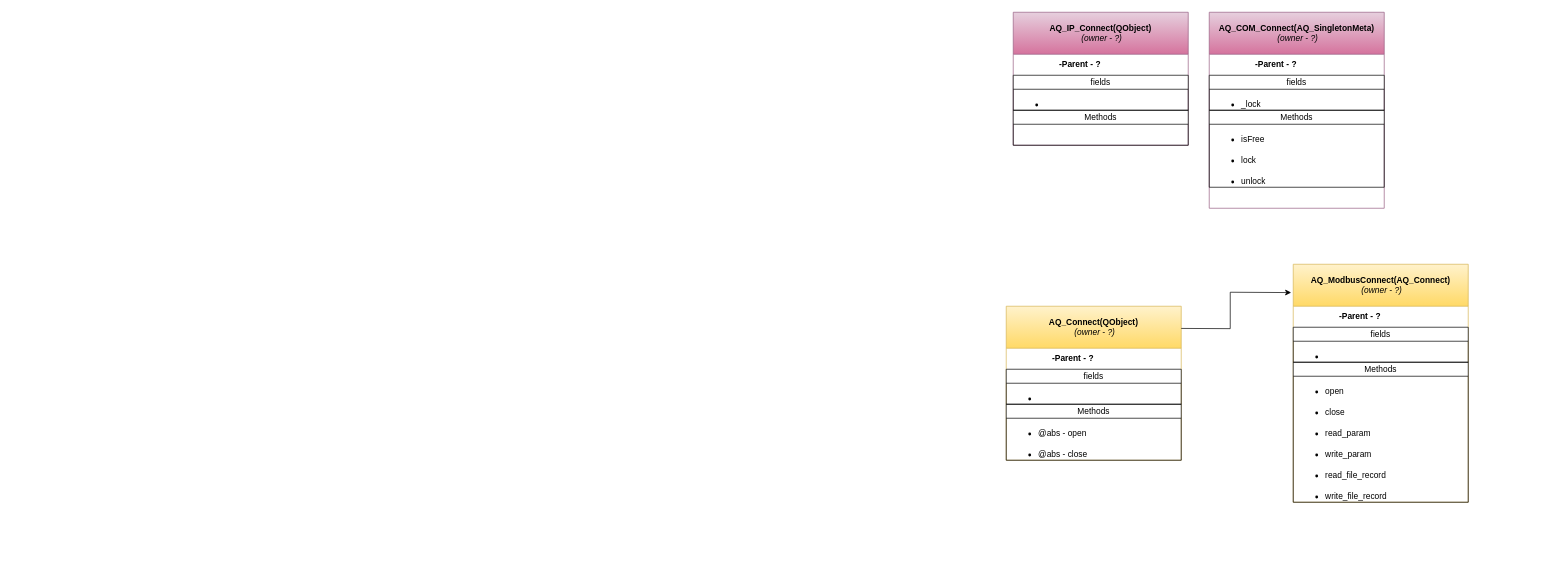
romangolovkou/AQteck_toolMAX keeps this draw.io diagram as page "Connects" (3 of 8) of arch.drawio. Above is the earlier version. Source tidied: cells renumbered, new cells numbered last; positions are measured from the earlier drawing's top-left corner, leaving out a move shared by most shapes. Both pictures are drawn from the tidied source at 70%, with x=0, y=0 at pixel (1006, 12).
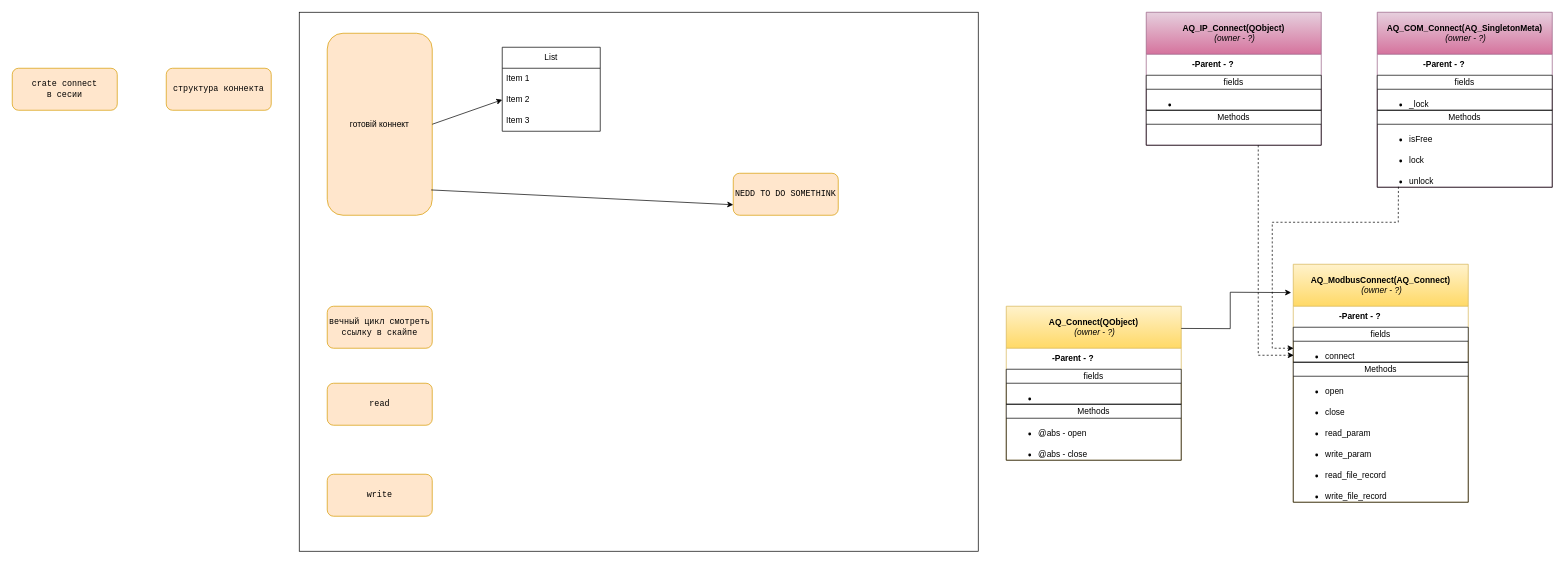
The same page after the edit.

Unchanged cells that the change refers to:
```xml
<mxCell id="18" value="fields" style="swimlane;fontStyle=0;horizontal=1;startSize=20;whiteSpace=wrap;html=1;" parent="9" vertex="1">
  <mxGeometry y="90" width="250" height="50" as="geometry" />
</mxCell>
<mxCell id="31" value="&lt;ul&gt;&lt;li&gt;unlock&lt;/li&gt;&lt;/ul&gt;" style="text;strokeColor=none;fillColor=none;align=left;verticalAlign=middle;spacingLeft=4;spacingRight=4;overflow=hidden;points=[[0,0.5],[1,0.5]];portConstraint=eastwest;whiteSpace=wrap;html=1;" parent="28" vertex="1">
  <mxGeometry y="80" width="250" height="30" as="geometry" />
</mxCell>
```

What changed in the source:
```diff
@@
+    <mxCell id="34" style="rounded=0;whiteSpace=wrap;html=1;fillColor=none;" parent="1" vertex="1">
+      <mxGeometry x="-1010" width="970" height="770" as="geometry" />
+    </mxCell>
@@
-    <mxCell id="19" value="&lt;ul style=&quot;border-color: var(--border-color);&quot;&gt;&lt;li style=&quot;border-color: var(--border-color);&quot;&gt;&lt;br&gt;&lt;/li&gt;&lt;/ul&gt;" style="text;strokeColor=none;fillColor=none;align=left;verticalAlign=middle;spacingLeft=4;spacingRight=4;overflow=hidden;points=[[0,0.5],[1,0.5]];portConstraint=eastwest;whiteSpace=wrap;html=1;" parent="18" vertex="1">
+    <mxCell id="19" value="&lt;ul style=&quot;border-color: var(--border-color);&quot;&gt;&lt;li style=&quot;border-color: var(--border-color);&quot;&gt;connect&lt;/li&gt;&lt;/ul&gt;" style="text;strokeColor=none;fillColor=none;align=left;verticalAlign=middle;spacingLeft=4;spacingRight=4;overflow=hidden;points=[[0,0.5],[1,0.5]];portConstraint=eastwest;whiteSpace=wrap;html=1;" parent="18" vertex="1">
       <mxGeometry y="20" width="250" height="30" as="geometry" />
     </mxCell>
@@
     <mxCell id="21" value="AQ_IP_Connect(QObject)&lt;br&gt;&lt;span style=&quot;font-weight: normal;&quot;&gt;&amp;nbsp;&lt;font style=&quot;&quot;&gt;&lt;i style=&quot;&quot;&gt;(owner - ?&lt;/i&gt;&lt;i style=&quot;&quot;&gt;)&lt;/i&gt;&lt;/font&gt;&lt;/span&gt;" style="swimlane;whiteSpace=wrap;html=1;startSize=60;fillColor=#e6d0de;strokeColor=#996185;gradientColor=#d5739d;" parent="1" vertex="1">
-      <mxGeometry x="10" width="250" height="190" as="geometry" />
+      <mxGeometry x="200" width="250" height="190" as="geometry" />
     </mxCell>
@@
     <mxCell id="26" value="AQ_COM_Connect(AQ_SingletonMeta&lt;span style=&quot;background-color: initial;&quot;&gt;)&lt;/span&gt;&lt;br&gt;&lt;span style=&quot;font-weight: normal;&quot;&gt;&amp;nbsp;&lt;font style=&quot;&quot;&gt;&lt;i style=&quot;&quot;&gt;(owner - ?&lt;/i&gt;&lt;i style=&quot;&quot;&gt;)&lt;/i&gt;&lt;/font&gt;&lt;/span&gt;" style="swimlane;whiteSpace=wrap;html=1;startSize=60;fillColor=#e6d0de;strokeColor=#996185;gradientColor=#d5739d;" parent="1" vertex="1">
-      <mxGeometry x="290" width="250" height="280" as="geometry" />
+      <mxGeometry x="530" width="250" height="250" as="geometry" />
     </mxCell>
@@
+    <mxCell id="35" style="endArrow=classic;html=1;rounded=0;entryX=0.002;entryY=0.332;entryDx=0;entryDy=0;exitX=0.121;exitY=0.976;exitDx=0;exitDy=0;exitPerimeter=0;dashed=1;entryPerimeter=0;" parent="1" edge="1" source="31" target="19">
+      <mxGeometry relative="1" as="geometry">
+        <Array as="points">
+          <mxPoint x="560" y="300" />
+          <mxPoint x="380" y="300" />
+          <mxPoint x="380" y="480" />
+        </Array>
+      </mxGeometry>
+    </mxCell>
+    <mxCell id="36" style="endArrow=classic;html=1;rounded=0;entryX=0.003;entryY=0.667;entryDx=0;entryDy=0;dashed=1;entryPerimeter=0;" parent="1" edge="1" target="19">
+      <mxGeometry relative="1" as="geometry">
+        <mxPoint x="360" y="190" as="sourcePoint" />
+        <Array as="points">
+          <mxPoint x="360" y="490" />
+        </Array>
+      </mxGeometry>
+    </mxCell>
+    <mxCell id="37" value="&lt;div style=&quot;font-family: &amp;quot;JetBrains Mono&amp;quot;, monospace;&quot;&gt;вечный цикл смотреть ссылку в скайпе&lt;/div&gt;" style="rounded=1;whiteSpace=wrap;html=1;strokeWidth=1;fillColor=#ffe6cc;strokeColor=#d79b00;" parent="1" vertex="1">
+      <mxGeometry x="-970" y="420" width="150" height="60" as="geometry" />
+    </mxCell>
+    <mxCell id="38" value="&lt;div style=&quot;font-family: &amp;quot;JetBrains Mono&amp;quot;, monospace;&quot;&gt;структура коннекта&lt;/div&gt;" style="rounded=1;whiteSpace=wrap;html=1;strokeWidth=1;fillColor=#ffe6cc;strokeColor=#d79b00;" parent="1" vertex="1">
+      <mxGeometry x="-1200" y="80" width="150" height="60" as="geometry" />
+    </mxCell>
+    <mxCell id="39" value="готовій коннект" style="rounded=1;whiteSpace=wrap;html=1;strokeWidth=1;fillColor=#ffe6cc;strokeColor=#d79b00;" parent="1" vertex="1">
+      <mxGeometry x="-970" y="30" width="150" height="260" as="geometry" />
+    </mxCell>
+    <mxCell id="40" value="&lt;div style=&quot;font-family: &amp;quot;JetBrains Mono&amp;quot;, monospace;&quot;&gt;crate connect&lt;br&gt;в сесии&lt;/div&gt;" style="rounded=1;whiteSpace=wrap;html=1;strokeWidth=1;fillColor=#ffe6cc;strokeColor=#d79b00;" parent="1" vertex="1">
+      <mxGeometry x="-1420" y="80" width="150" height="60" as="geometry" />
+    </mxCell>
+    <mxCell id="41" value="&lt;div style=&quot;font-family: &amp;quot;JetBrains Mono&amp;quot;, monospace;&quot;&gt;read&lt;/div&gt;" style="rounded=1;whiteSpace=wrap;html=1;strokeWidth=1;fillColor=#ffe6cc;strokeColor=#d79b00;" parent="1" vertex="1">
+      <mxGeometry x="-970" y="530" width="150" height="60" as="geometry" />
+    </mxCell>
+    <mxCell id="42" value="&lt;div style=&quot;font-family: &amp;quot;JetBrains Mono&amp;quot;, monospace;&quot;&gt;write&lt;/div&gt;" style="rounded=1;whiteSpace=wrap;html=1;strokeWidth=1;fillColor=#ffe6cc;strokeColor=#d79b00;" parent="1" vertex="1">
+      <mxGeometry x="-970" y="660" width="150" height="60" as="geometry" />
+    </mxCell>
+    <mxCell id="43" value="List" style="swimlane;fontStyle=0;horizontal=1;startSize=30;whiteSpace=wrap;html=1;" parent="1" vertex="1">
+      <mxGeometry x="-720" y="50" width="140" height="120" as="geometry" />
+    </mxCell>
+    <mxCell id="44" value="Item 1" style="text;strokeColor=none;fillColor=none;align=left;verticalAlign=middle;spacingLeft=4;spacingRight=4;overflow=hidden;whiteSpace=wrap;html=1;" parent="43" vertex="1">
+      <mxGeometry y="30" width="140" height="30" as="geometry" />
+    </mxCell>
+    <mxCell id="45" value="Item 2" style="text;strokeColor=none;fillColor=none;align=left;verticalAlign=middle;spacingLeft=4;spacingRight=4;overflow=hidden;points=[[0,0.5],[1,0.5]];portConstraint=eastwest;whiteSpace=wrap;html=1;" parent="43" vertex="1">
+      <mxGeometry y="60" width="140" height="30" as="geometry" />
+    </mxCell>
+    <mxCell id="46" value="Item 3" style="text;strokeColor=none;fillColor=none;align=left;verticalAlign=middle;spacingLeft=4;spacingRight=4;overflow=hidden;whiteSpace=wrap;html=1;" parent="43" vertex="1">
+      <mxGeometry y="90" width="140" height="30" as="geometry" />
+    </mxCell>
+    <mxCell id="47" style="endArrow=classic;html=1;rounded=0;exitX=1;exitY=0.5;exitDx=0;exitDy=0;entryX=0;entryY=0.5;entryDx=0;entryDy=0;" parent="1" edge="1" source="39" target="45">
+      <mxGeometry relative="1" as="geometry" />
+    </mxCell>
+    <mxCell id="48" value="&lt;div style=&quot;font-family: &amp;quot;JetBrains Mono&amp;quot;, monospace;&quot;&gt;NEDD TO DO SOMETHINK&lt;/div&gt;" style="rounded=1;whiteSpace=wrap;html=1;strokeWidth=1;fillColor=#ffe6cc;strokeColor=#d79b00;" parent="1" vertex="1">
+      <mxGeometry x="-390" y="230" width="150" height="60" as="geometry" />
+    </mxCell>
+    <mxCell id="49" style="endArrow=classic;html=1;rounded=0;exitX=0.99;exitY=0.861;exitDx=0;exitDy=0;exitPerimeter=0;entryX=0;entryY=0.75;entryDx=0;entryDy=0;" parent="1" edge="1" source="39" target="48">
+      <mxGeometry relative="1" as="geometry" />
+    </mxCell>
```
